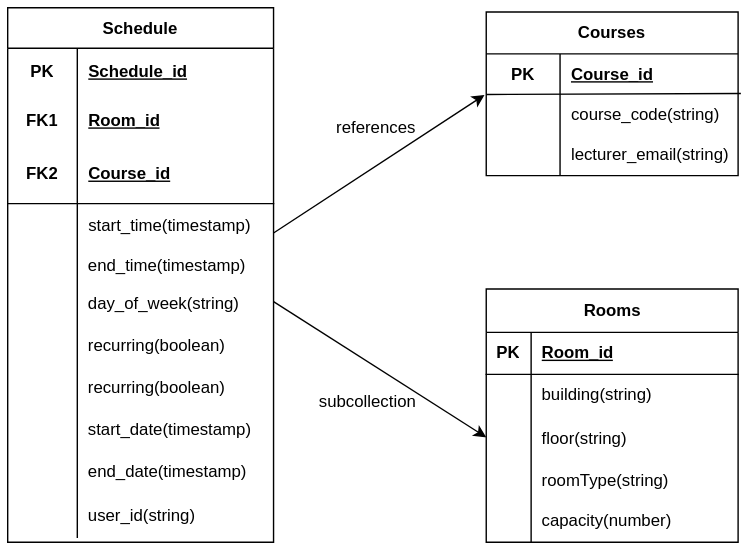
witsgroup-1/campus-infrastructure-management-docs keeps this draw.io diagram as docs/media/Schedule_database.drawio.svg. Above is the earlier version. Source tidied: cells renumbered, new cells last; positions are measured from the earlier drawing's top-left corner, leaving out a move shared by most shapes.
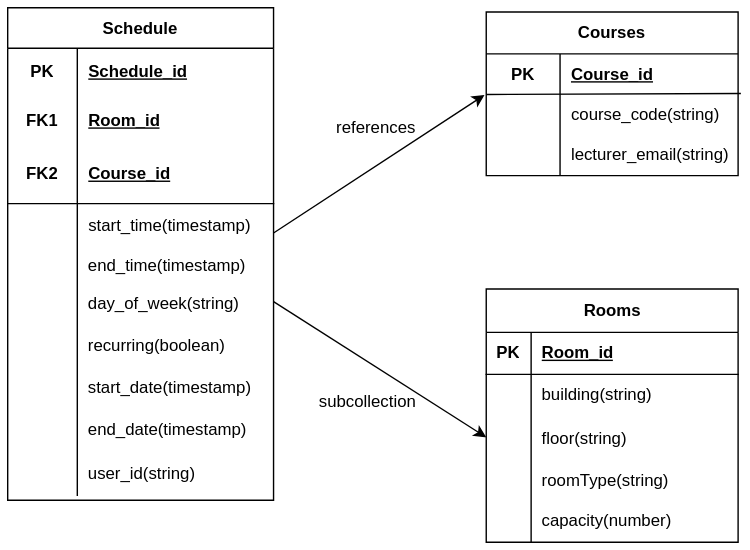
Later version of the same file.

Commit message:
fixed erd mistake

The edit, as a diff of the source:
```diff
@@ -81,7 +81,7 @@
       <mxGeometry x="52.8" width="127.2" height="30" as="geometry" />
     </mxCell>
     <mxCell id="28" value="Schedule" style="shape=table;startSize=29;rowLines=0;fontStyle=1;align=center;html=1;whiteSpace=wrap;" parent="1" vertex="1">
-      <mxGeometry width="190" height="382" as="geometry" />
+      <mxGeometry width="190" height="352" as="geometry" />
     </mxCell>
     <mxCell id="29" style="shape=tableRow;horizontal=0;startSize=0;swimlaneHead=0;swimlaneBody=0;fillColor=none;top=0;left=0;right=0;bottom=0;html=1;" parent="28" vertex="1">
       <mxGeometry y="29" width="190" height="34" as="geometry" />
@@ -137,17 +137,8 @@
     <mxCell id="46" value="day_of_week(string)" style="shape=partialRectangle;fillColor=none;top=0;left=0;bottom=0;right=0;align=left;spacingLeft=6;overflow=hidden;" parent="44" vertex="1">
       <mxGeometry x="49.8" width="140.2" height="30" as="geometry" />
     </mxCell>
-    <mxCell id="47" style="shape=tableRow;horizontal=0;startSize=0;swimlaneHead=0;swimlaneBody=0;fillColor=none;top=0;left=0;right=0;bottom=0;" parent="28" vertex="1">
-      <mxGeometry y="226" width="190" height="30" as="geometry" />
-    </mxCell>
-    <mxCell id="48" style="shape=partialRectangle;fillColor=none;top=0;left=0;bottom=0;right=0;overflow=hidden;" parent="47" vertex="1">
-      <mxGeometry width="49.8" height="30" as="geometry" />
-    </mxCell>
-    <mxCell id="49" value="recurring(boolean)" style="shape=partialRectangle;fillColor=none;top=0;left=0;bottom=0;right=0;align=left;spacingLeft=6;overflow=hidden;" parent="47" vertex="1">
-      <mxGeometry x="49.8" width="140.2" height="30" as="geometry" />
-    </mxCell>
     <mxCell id="50" style="shape=tableRow;horizontal=0;startSize=0;swimlaneHead=0;swimlaneBody=0;fillColor=none;top=0;left=0;right=0;bottom=0;" parent="28" vertex="1">
-      <mxGeometry y="256" width="190" height="30" as="geometry" />
+      <mxGeometry y="226" width="190" height="30" as="geometry" />
     </mxCell>
     <mxCell id="51" style="shape=partialRectangle;fillColor=none;top=0;left=0;bottom=0;right=0;overflow=hidden;" parent="50" vertex="1">
       <mxGeometry width="49.8" height="30" as="geometry" />
@@ -156,7 +147,7 @@
       <mxGeometry x="49.8" width="140.2" height="30" as="geometry" />
     </mxCell>
     <mxCell id="53" style="shape=tableRow;horizontal=0;startSize=0;swimlaneHead=0;swimlaneBody=0;fillColor=none;top=0;left=0;right=0;bottom=0;" parent="28" vertex="1">
-      <mxGeometry y="286" width="190" height="30" as="geometry" />
+      <mxGeometry y="256" width="190" height="30" as="geometry" />
     </mxCell>
     <mxCell id="54" style="shape=partialRectangle;fillColor=none;top=0;left=0;bottom=0;right=0;overflow=hidden;" parent="53" vertex="1">
       <mxGeometry width="49.8" height="30" as="geometry" />
@@ -165,7 +156,7 @@
       <mxGeometry x="49.8" width="140.2" height="30" as="geometry" />
     </mxCell>
     <mxCell id="56" style="shape=tableRow;horizontal=0;startSize=0;swimlaneHead=0;swimlaneBody=0;fillColor=none;top=0;left=0;right=0;bottom=0;" parent="28" vertex="1">
-      <mxGeometry y="316" width="190" height="30" as="geometry" />
+      <mxGeometry y="286" width="190" height="30" as="geometry" />
     </mxCell>
     <mxCell id="57" style="shape=partialRectangle;fillColor=none;top=0;left=0;bottom=0;right=0;overflow=hidden;" parent="56" vertex="1">
       <mxGeometry width="49.8" height="30" as="geometry" />
@@ -174,7 +165,7 @@
       <mxGeometry x="49.8" width="140.2" height="30" as="geometry" />
     </mxCell>
     <mxCell id="59" style="shape=tableRow;horizontal=0;startSize=0;swimlaneHead=0;swimlaneBody=0;fillColor=none;top=0;left=0;right=0;bottom=0;" parent="28" vertex="1">
-      <mxGeometry y="346" width="190" height="33" as="geometry" />
+      <mxGeometry y="316" width="190" height="33" as="geometry" />
     </mxCell>
     <mxCell id="60" style="shape=partialRectangle;fillColor=none;top=0;left=0;bottom=0;right=0;overflow=hidden;" parent="59" vertex="1">
       <mxGeometry width="49.8" height="33" as="geometry" />
```
